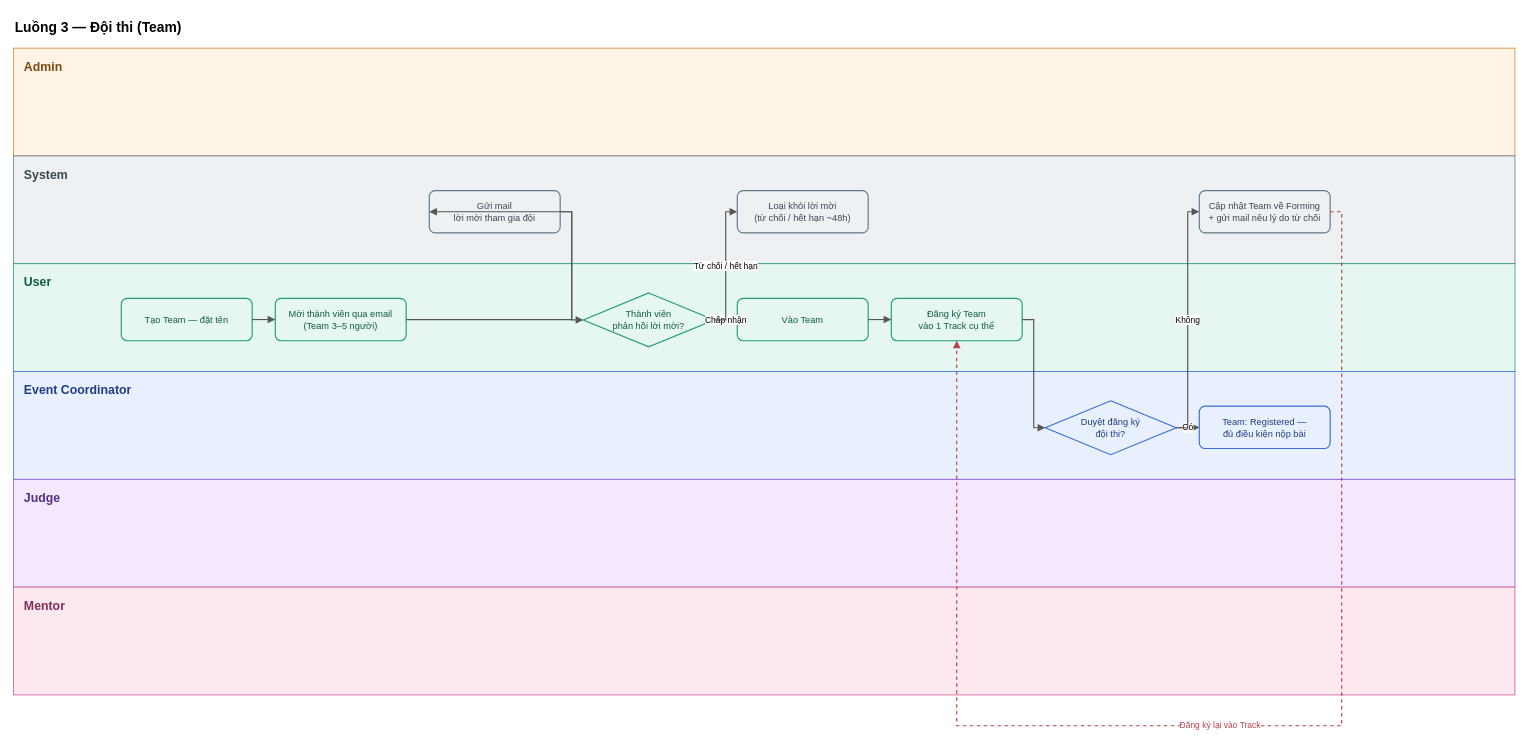
Earlier version of the draw.io diagram docs/swimlane/SEAL_flow3_team.drawio (SU26-SWP-BL3W/SU26_SWP_BL3W_BE). Source tidied: cells renumbered, new cells numbered last; positions are measured from the earlier drawing's top-left corner, leaving out a move shared by most shapes. Both pictures are drawn from the tidied source at 77%, with x=0, y=0 at pixel (13, 13).
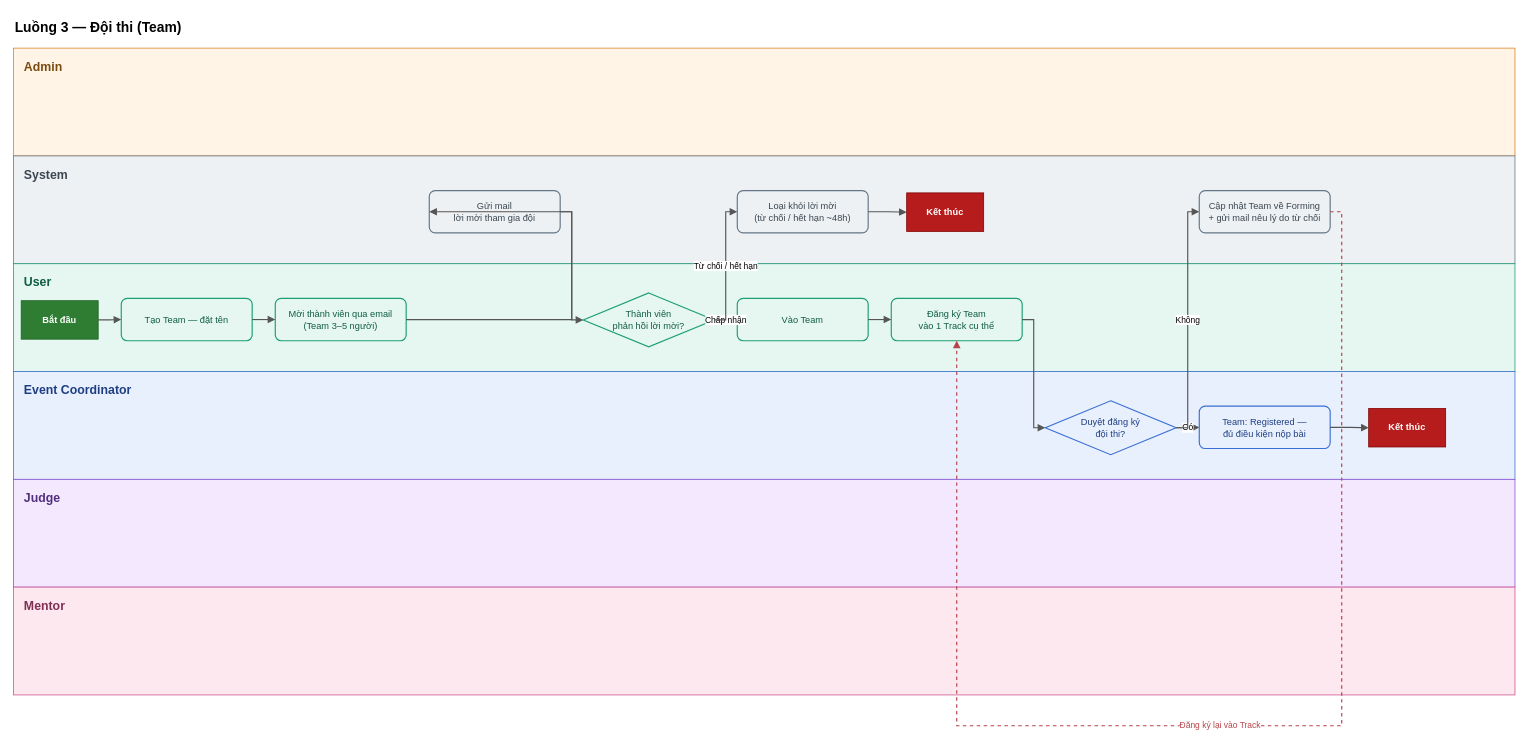
After the change.

Commit message (it also covers changes not shown here):
docs: them nut Bat dau/Ket thuc cho 3 swimlane flow 1-3

The change refers to these unchanged cells:
```xml
<mxCell id="9" value="Tạo Team — đặt tên" style="rounded=1;whiteSpace=wrap;html=1;arcSize=14;fontSize=12;strokeWidth=1.5;fillColor=#E6F7F1;strokeColor=#1E9E77;fontColor=#0F5C43;" parent="1" vertex="1">
  <mxGeometry x="140" y="370" width="170" height="55" as="geometry" />
</mxCell>
<mxCell id="14" value="Loại khỏi lời mời&#10;(từ chối / hết hạn ~48h)" style="rounded=1;whiteSpace=wrap;html=1;arcSize=14;fontSize=12;strokeWidth=1.5;fillColor=#EEF1F4;strokeColor=#647687;fontColor=#3B4650;" parent="1" vertex="1">
  <mxGeometry x="940" y="230" width="170" height="55" as="geometry" />
</mxCell>
<mxCell id="17" value="Team: Registered —&#10;đủ điều kiện nộp bài" style="rounded=1;whiteSpace=wrap;html=1;arcSize=14;fontSize=12;strokeWidth=1.5;fillColor=#E8F0FE;strokeColor=#3B6FD4;fontColor=#1F3E82;" parent="1" vertex="1">
  <mxGeometry x="1540" y="510" width="170" height="55" as="geometry" />
</mxCell>
```

The edit, as a diff of the source:
```diff
@@
+    <mxCell id="29" value="Bắt đầu" style="terminator;whiteSpace=wrap;html=1;fontSize=12;fontStyle=1;fillColor=#2E7D32;strokeColor=#1B5E20;fontColor=#ffffff;" parent="1" vertex="1">
+      <mxGeometry x="10" y="373" width="100" height="50" as="geometry" />
+    </mxCell>
@@
+    <mxCell id="30" value="Kết thúc" style="terminator;whiteSpace=wrap;html=1;fontSize=12;fontStyle=1;fillColor=#B71C1C;strokeColor=#7F0000;fontColor=#ffffff;" parent="1" vertex="1">
+      <mxGeometry x="1160" y="233" width="100" height="50" as="geometry" />
+    </mxCell>
+    <mxCell id="31" value="Kết thúc" style="terminator;whiteSpace=wrap;html=1;fontSize=12;fontStyle=1;fillColor=#B71C1C;strokeColor=#7F0000;fontColor=#ffffff;" parent="1" vertex="1">
+      <mxGeometry x="1760" y="513" width="100" height="50" as="geometry" />
+    </mxCell>
+    <mxCell id="32" style="edgeStyle=orthogonalEdgeStyle;rounded=0;html=1;exitX=1;exitY=0.5;entryX=0;entryY=0.5;strokeColor=#555555;strokeWidth=1.5;endArrow=block;endFill=1;" parent="1" edge="1" source="29" target="9">
+      <mxGeometry relative="1" as="geometry" />
+    </mxCell>
+    <mxCell id="33" style="edgeStyle=orthogonalEdgeStyle;rounded=0;html=1;exitX=1;exitY=0.5;entryX=0;entryY=0.5;strokeColor=#555555;strokeWidth=1.5;endArrow=block;endFill=1;" parent="1" edge="1" source="14" target="30">
+      <mxGeometry relative="1" as="geometry" />
+    </mxCell>
+    <mxCell id="34" style="edgeStyle=orthogonalEdgeStyle;rounded=0;html=1;exitX=1;exitY=0.5;entryX=0;entryY=0.5;strokeColor=#555555;strokeWidth=1.5;endArrow=block;endFill=1;" parent="1" edge="1" source="17" target="31">
+      <mxGeometry relative="1" as="geometry" />
+    </mxCell>
```
